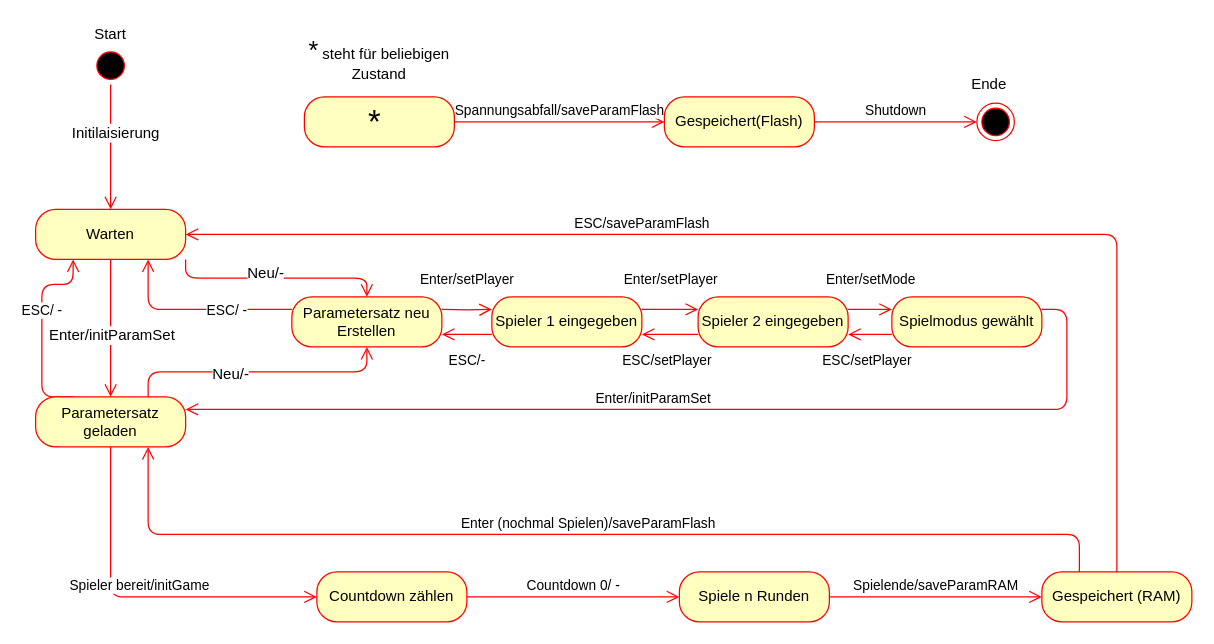
Above: Doku/zustandsmaschine.drawio in JohannesSchumacher/FSM-Reaktionsspiel (draw.io), before the change. Source tidied: cells renumbered, new cells numbered last; positions are measured from the earlier drawing's top-left corner, leaving out a move shared by most shapes. Both pictures are drawn from the tidied source at 125%, with x=0, y=0 at pixel (35, 21).
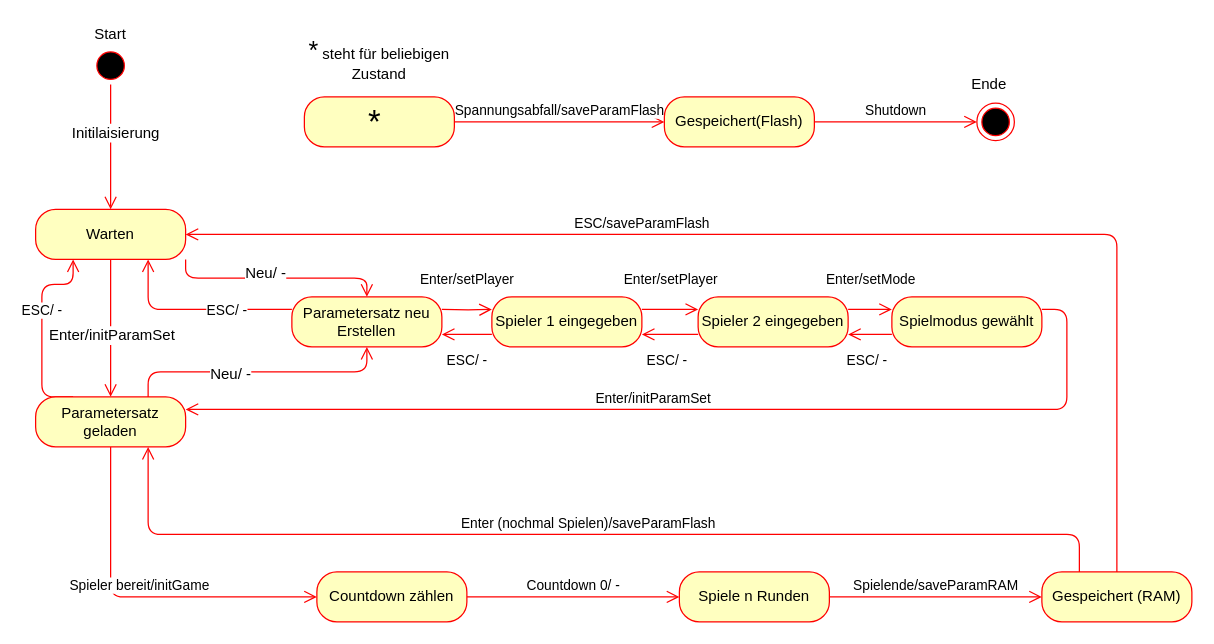
Above is the later version.

The change refers to these unchanged cells:
```xml
<mxCell id="11" value="Parametersatz neu Erstellen" style="rounded=1;whiteSpace=wrap;html=1;arcSize=40;fontColor=#000000;fillColor=#ffffc0;strokeColor=#ff0000;" parent="1" vertex="1">
  <mxGeometry x="205" y="220" width="120" height="40" as="geometry" />
</mxCell>
<mxCell id="14" style="edgeStyle=orthogonalEdgeStyle;html=1;verticalAlign=bottom;endArrow=open;endSize=8;strokeColor=#ff0000;entryX=0.5;entryY=0;entryDx=0;entryDy=0;exitX=1;exitY=1;exitDx=0;exitDy=0;" parent="1" edge="1" source="5" target="11">
  <mxGeometry relative="1" as="geometry" />
</mxCell>
<mxCell id="33" value="Spieler 1 eingegeben" style="rounded=1;whiteSpace=wrap;html=1;arcSize=40;fontColor=#000000;fillColor=#ffffc0;strokeColor=#ff0000;" parent="1" vertex="1">
  <mxGeometry x="365" y="220" width="120" height="40" as="geometry" />
</mxCell>
<mxCell id="36" value="Spieler 2 eingegeben" style="rounded=1;whiteSpace=wrap;html=1;arcSize=40;fontColor=#000000;fillColor=#ffffc0;strokeColor=#ff0000;" parent="1" vertex="1">
  <mxGeometry x="530" y="220" width="120" height="40" as="geometry" />
</mxCell>
<mxCell id="39" value="Spielmodus gewählt" style="rounded=1;whiteSpace=wrap;html=1;arcSize=40;fontColor=#000000;fillColor=#ffffc0;strokeColor=#ff0000;" parent="1" vertex="1">
  <mxGeometry x="685" y="220" width="120" height="40" as="geometry" />
</mxCell>
<mxCell id="40" style="edgeStyle=orthogonalEdgeStyle;html=1;verticalAlign=bottom;endArrow=open;endSize=8;strokeColor=#ff0000;entryX=0.5;entryY=1;entryDx=0;entryDy=0;exitX=0.75;exitY=0;exitDx=0;exitDy=0;" parent="1" edge="1" source="9" target="11">
  <mxGeometry relative="1" as="geometry" />
</mxCell>
```

Change to the diagram source:
```diff
@@
-    <mxCell id="15" value="Neu/-" style="text;html=1;align=center;verticalAlign=middle;labelBackgroundColor=#ffffff;" parent="14" vertex="1">
+    <mxCell id="15" value="Neu/ -" style="text;html=1;align=center;verticalAlign=middle;labelBackgroundColor=#ffffff;" parent="14" vertex="1">
       <mxGeometry x="-0.21" y="-1" relative="1" as="geometry">
         <mxPoint x="9.1" y="-6" as="offset" />
       </mxGeometry>
     </mxCell>
@@
-    <mxCell id="32" value="ESC/-" style="edgeStyle=orthogonalEdgeStyle;rounded=1;jettySize=auto;html=1;exitX=0;exitY=0.75;exitDx=0;exitDy=0;verticalAlign=bottom;strokeColor=#ff0000;endArrow=open;endSize=8;entryX=1;entryY=0.75;entryDx=0;entryDy=0;" parent="1" edge="1" source="33" target="11">
+    <mxCell id="32" value="ESC/ -" style="edgeStyle=orthogonalEdgeStyle;rounded=1;jettySize=auto;html=1;exitX=0;exitY=0.75;exitDx=0;exitDy=0;verticalAlign=bottom;strokeColor=#ff0000;endArrow=open;endSize=8;entryX=1;entryY=0.75;entryDx=0;entryDy=0;" parent="1" edge="1" source="33" target="11">
       <mxGeometry y="30" relative="1" as="geometry" />
     </mxCell>
@@
-    <mxCell id="35" value="ESC/setPlayer" style="edgeStyle=orthogonalEdgeStyle;rounded=1;jettySize=auto;html=1;exitX=0;exitY=0.75;exitDx=0;exitDy=0;entryX=1;entryY=0.75;entryDx=0;entryDy=0;verticalAlign=bottom;strokeColor=#ff0000;endArrow=open;endSize=8;" parent="1" edge="1" source="36" target="33">
+    <mxCell id="35" value="ESC/ -" style="edgeStyle=orthogonalEdgeStyle;rounded=1;jettySize=auto;html=1;exitX=0;exitY=0.75;exitDx=0;exitDy=0;entryX=1;entryY=0.75;entryDx=0;entryDy=0;verticalAlign=bottom;strokeColor=#ff0000;endArrow=open;endSize=8;" parent="1" edge="1" source="36" target="33">
       <mxGeometry x="0.11" y="30" relative="1" as="geometry" />
     </mxCell>
@@
-    <mxCell id="38" value="ESC/setPlayer" style="edgeStyle=orthogonalEdgeStyle;rounded=1;jettySize=auto;html=1;exitX=0;exitY=0.75;exitDx=0;exitDy=0;entryX=1;entryY=0.75;entryDx=0;entryDy=0;verticalAlign=bottom;strokeColor=#ff0000;endArrow=open;endSize=8;" parent="1" edge="1" source="39" target="36">
+    <mxCell id="38" value="ESC/ -" style="edgeStyle=orthogonalEdgeStyle;rounded=1;jettySize=auto;html=1;exitX=0;exitY=0.75;exitDx=0;exitDy=0;entryX=1;entryY=0.75;entryDx=0;entryDy=0;verticalAlign=bottom;strokeColor=#ff0000;endArrow=open;endSize=8;" parent="1" edge="1" source="39" target="36">
       <mxGeometry x="0.14" y="30" relative="1" as="geometry" />
     </mxCell>
@@
-    <mxCell id="41" value="Neu/-" style="text;html=1;align=center;verticalAlign=middle;labelBackgroundColor=#ffffff;" parent="40" vertex="1">
+    <mxCell id="41" value="Neu/ -" style="text;html=1;align=center;verticalAlign=middle;labelBackgroundColor=#ffffff;" parent="40" vertex="1">
       <mxGeometry x="-0.21" y="-1" relative="1" as="geometry" />
     </mxCell>
```
